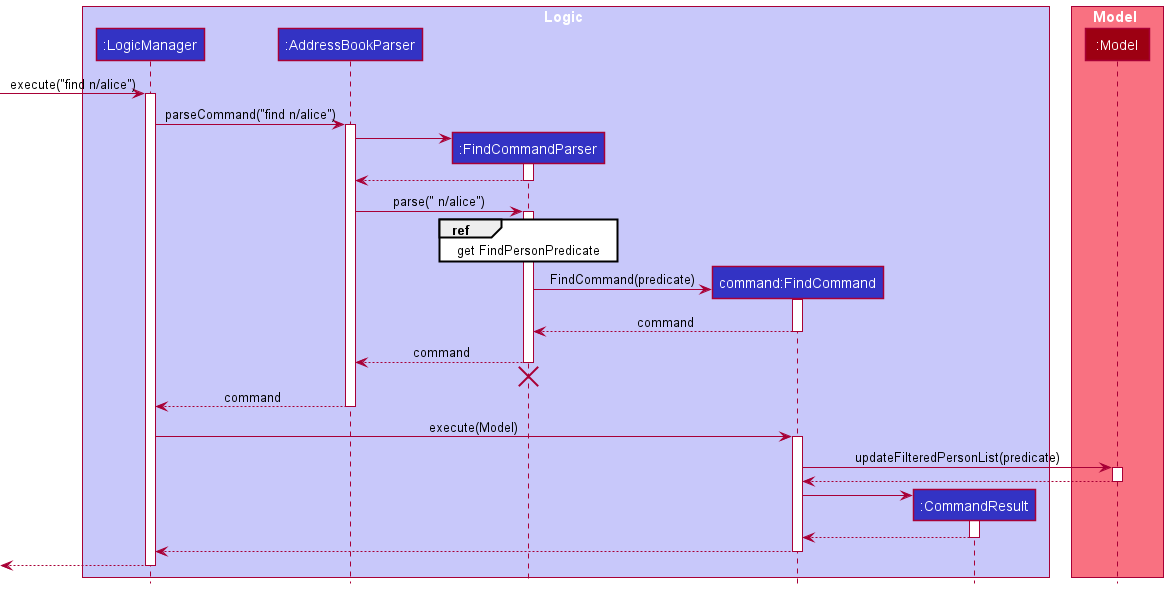
Earlier version of the PlantUML export docs/images/FindSequenceDiagram.png (tandeshao/tp).
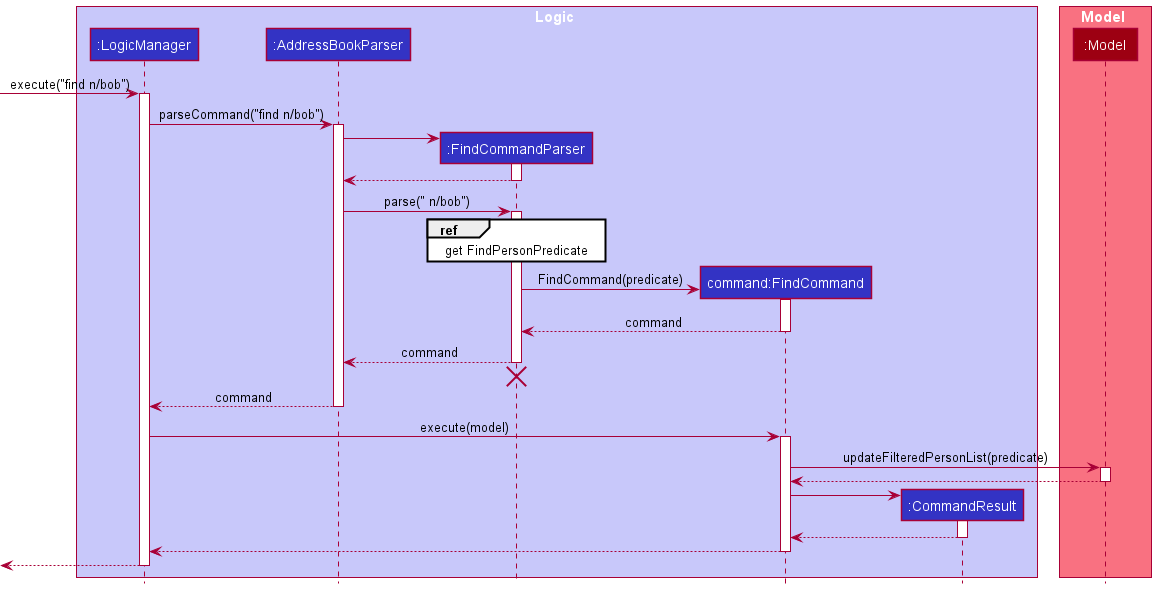
The same file after the commit.

What changed in the source:
```diff
@@ -15,10 +15,10 @@
 participant ":Model" as Model MODEL_COLOR
 end box
 
-[-> LogicManager : execute("find n/alice")
+[-> LogicManager : execute("find n/bob")
 activate LogicManager
 
-LogicManager -> AddressBookParser : parseCommand("find n/alice")
+LogicManager -> AddressBookParser : parseCommand("find n/bob")
 activate AddressBookParser
 
 create FindCommandParser
@@ -28,7 +28,7 @@
 FindCommandParser --> AddressBookParser
 deactivate FindCommandParser
 
-AddressBookParser -> FindCommandParser : parse(" n/alice")
+AddressBookParser -> FindCommandParser : parse(" n/bob")
 activate FindCommandParser
 
 ref over FindCommandParser : get FindPersonPredicate
@@ -48,7 +48,7 @@
 AddressBookParser --> LogicManager : command
 deactivate AddressBookParser
 
-LogicManager -> FindCommand : execute(Model)
+LogicManager -> FindCommand : execute(model)
 activate FindCommand
 
 FindCommand -> Model : updateFilteredPersonList(predicate)
```
